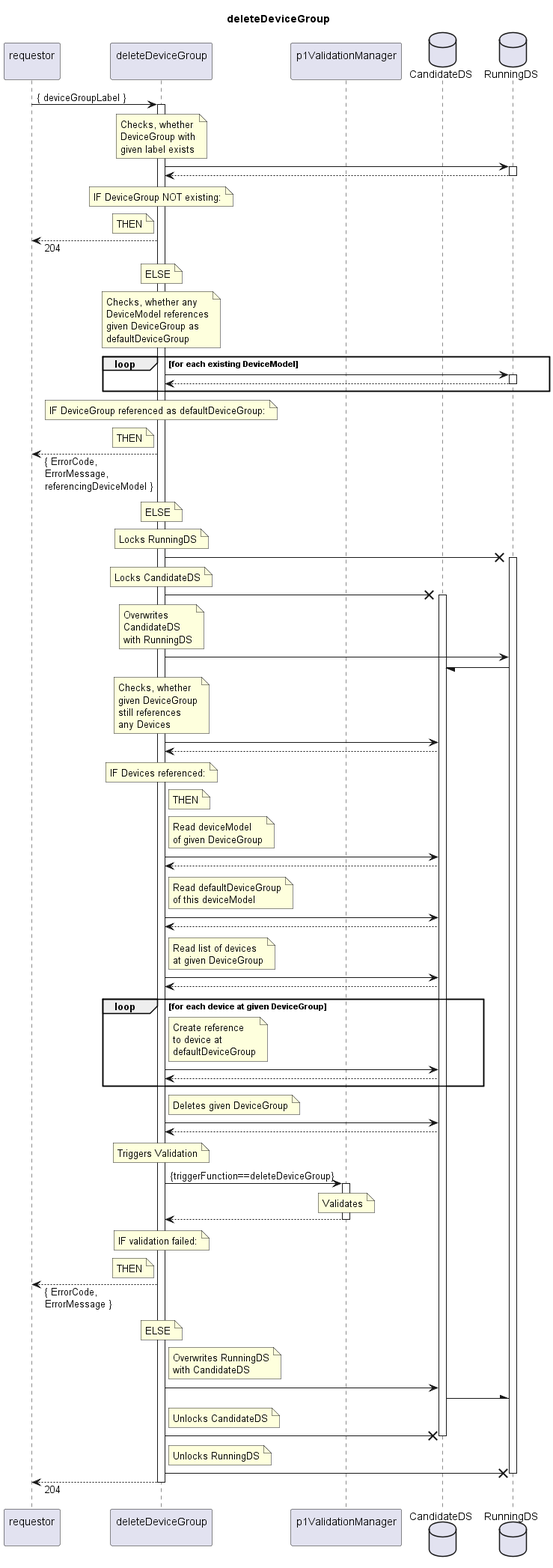
The PlantUML diagram spec/Services/deleteDeviceGroup/1.0.0/deleteDeviceGroup.png in openBackhaul/FirmWareManager, before a commit. Its diagram source:
```plantuml
@startuml deleteDeviceGroup
skinparam responseMessageBelowArrow true

title
  deleteDeviceGroup
end title

participant "requestor\n" as requestor
participant "deleteDeviceGroup\n" as delGroup
participant "p1ValidationManager\n" as valiMan
database "CandidateDS" as CanDS
database "RunningDS" as RunDS

requestor -> delGroup: { deviceGroupLabel }
activate delGroup

  note over delGroup
    Checks, whether
    DeviceGroup with
    given label exists
  end note
  delGroup -> RunDS
  activate RunDS
  delGroup <-- RunDS
  deactivate RunDS
  note over delGroup
    IF DeviceGroup NOT existing:
  end note
  note left delGroup
    THEN
  end note
  requestor <-- delGroup: 204
  note over delGroup
    ELSE
  end note

  note over delGroup
    Checks, whether any
    DeviceModel references
    given DeviceGroup as
    defaultDeviceGroup
  end note
  loop for each existing DeviceModel
    delGroup -> RunDS
    activate RunDS
    delGroup <-- RunDS
    deactivate RunDS
  end loop
  note over delGroup
    IF DeviceGroup referenced as defaultDeviceGroup:
  end note
  note left delGroup
    THEN
  end note
  requestor <-- delGroup: { ErrorCode,\nErrorMessage,\nreferencingDeviceModel }
  note over delGroup
    ELSE
  end note

  note over delGroup
    Locks RunningDS
  end note
  delGroup -X RunDS
  activate RunDS
  note over delGroup
    Locks CandidateDS
  end note
  delGroup -X CanDS
  activate CanDS
  note over delGroup
    Overwrites
    CandidateDS
    with RunningDS
  end note
  delGroup -> RunDS
  RunDS -/ CanDS

  note over delGroup
    Checks, whether
    given DeviceGroup
    still references
    any Devices
  end note
  delGroup -> CanDS
  delGroup <-- CanDS
  note over delGroup
    IF Devices referenced:
  end note
  note right delGroup
    THEN
  end note
  note right delGroup
    Read deviceModel
    of given DeviceGroup
  end note
  delGroup -> CanDS
  delGroup <-- CanDS
  note right delGroup
    Read defaultDeviceGroup
    of this deviceModel
  end note
  delGroup -> CanDS
  delGroup <-- CanDS
  note right delGroup
    Read list of devices
    at given DeviceGroup
  end note
  delGroup -> CanDS
  delGroup <-- CanDS
  loop for each device at given DeviceGroup
    note right delGroup
      Create reference
      to device at
      defaultDeviceGroup
    end note
    delGroup -> CanDS
    delGroup <-- CanDS
  end loop

  note right delGroup
    Deletes given DeviceGroup
  end note
  delGroup -> CanDS
  delGroup <-- CanDS

  note over delGroup
    Triggers Validation
  end note
  delGroup -> valiMan: {triggerFunction==deleteDeviceGroup}
  activate valiMan
    note over valiMan
      Validates
    end note
  delGroup <-- valiMan
  deactivate valiMan
  note over delGroup
    IF validation failed:
  end note
  note left delGroup
    THEN
  end note
  requestor <-- delGroup: { ErrorCode,\nErrorMessage }
  note over delGroup
    ELSE
  end note

  note right delGroup
    Overwrites RunningDS
    with CandidateDS
  end note
  delGroup -> CanDS
  CanDS -\ RunDS
  note right delGroup
    Unlocks CandidateDS
  end note
  delGroup -X CanDS
  deactivate CanDS
  note right delGroup
    Unlocks RunningDS
  end note
  delGroup -X RunDS
  deactivate RunDS

  requestor <-- delGroup: 204

deactivate delGroup

@enduml
```
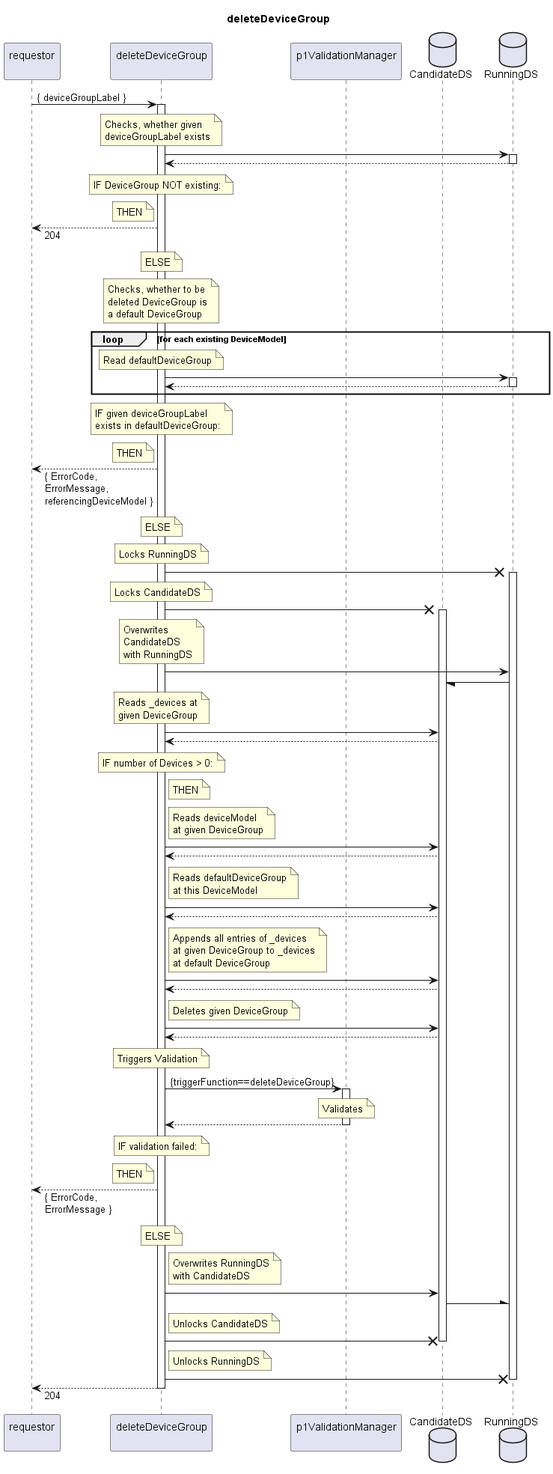
The same file after the commit.

Diff of the diagram source:
```diff
@@ -15,9 +15,8 @@
 activate delGroup
 
   note over delGroup
-    Checks, whether
-    DeviceGroup with
-    given label exists
+    Checks, whether given
+    deviceGroupLabel exists
   end note
   delGroup -> RunDS
   activate RunDS
@@ -35,19 +34,22 @@
   end note
 
   note over delGroup
-    Checks, whether any
-    DeviceModel references
-    given DeviceGroup as
-    defaultDeviceGroup
+    Checks, whether to be
+    deleted DeviceGroup is
+    a default DeviceGroup
   end note
   loop for each existing DeviceModel
+    note over delGroup
+      Read defaultDeviceGroup
+    end note
     delGroup -> RunDS
     activate RunDS
     delGroup <-- RunDS
     deactivate RunDS
   end loop
   note over delGroup
-    IF DeviceGroup referenced as defaultDeviceGroup:
+    IF given deviceGroupLabel
+    exists in defaultDeviceGroup:
   end note
   note left delGroup
     THEN
@@ -76,46 +78,36 @@
   RunDS -/ CanDS
 
   note over delGroup
-    Checks, whether
+    Reads _devices at
     given DeviceGroup
-    still references
-    any Devices
   end note
   delGroup -> CanDS
   delGroup <-- CanDS
   note over delGroup
-    IF Devices referenced:
+    IF number of Devices > 0:
   end note
   note right delGroup
     THEN
   end note
   note right delGroup
-    Read deviceModel
-    of given DeviceGroup
+    Reads deviceModel
+    at given DeviceGroup
   end note
   delGroup -> CanDS
   delGroup <-- CanDS
   note right delGroup
-    Read defaultDeviceGroup
-    of this deviceModel
+    Reads defaultDeviceGroup
+    at this DeviceModel
   end note
   delGroup -> CanDS
   delGroup <-- CanDS
   note right delGroup
-    Read list of devices
-    at given DeviceGroup
+    Appends all entries of _devices
+    at given DeviceGroup to _devices
+    at default DeviceGroup
   end note
   delGroup -> CanDS
   delGroup <-- CanDS
-  loop for each device at given DeviceGroup
-    note right delGroup
-      Create reference
-      to device at
-      defaultDeviceGroup
-    end note
-    delGroup -> CanDS
-    delGroup <-- CanDS
-  end loop
 
   note right delGroup
     Deletes given DeviceGroup
```
